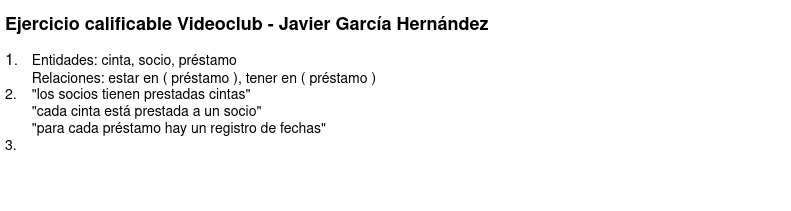
This is ejercicioevaluable1.png from javigh193/bae, a draw.io export, as it was before one commit. Source tidied: cells renumbered, new cells last; positions are measured from the earlier drawing's top-left corner, leaving out a move shared by most shapes.
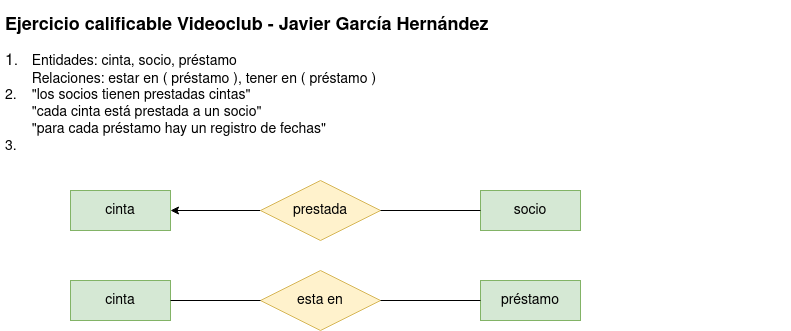
Later version of the same file.

Diff of the diagram source:
```diff
@@ -3,7 +3,37 @@
     <mxCell id="0" />
     <mxCell id="1" parent="0" />
     <mxCell id="2" value="&lt;h2 id=&quot;yui_3_17_2_1_1665765307207_40&quot;&gt;Ejercicio calificable Videoclub - Javier García Hernández&lt;/h2&gt;&lt;div&gt;&lt;font style=&quot;font-size: 14px;&quot;&gt;&lt;font size=&quot;3&quot;&gt;1&lt;/font&gt;.&amp;nbsp;&lt;span style=&quot;white-space: pre;&quot;&gt;&#9;&lt;/span&gt;Entidades: cinta, socio, préstamo&lt;/font&gt;&lt;/div&gt;&lt;div&gt;&lt;font style=&quot;font-size: 14px;&quot;&gt;&amp;nbsp;&amp;nbsp;&amp;nbsp;&amp;nbsp; &lt;span style=&quot;white-space: pre;&quot;&gt;&#9;&lt;/span&gt;Relaciones: estar en ( préstamo ), tener en ( préstamo )&lt;/font&gt;&lt;/div&gt;&lt;div&gt;&lt;font style=&quot;font-size: 14px;&quot;&gt;2. &lt;span style=&quot;white-space: pre;&quot;&gt;&#9;&lt;/span&gt;&quot;los socios tienen prestadas cintas&quot;&lt;/font&gt;&lt;/div&gt;&lt;div&gt;&lt;font style=&quot;font-size: 14px;&quot;&gt;&amp;nbsp;&amp;nbsp;&amp;nbsp; &lt;span style=&quot;white-space: pre;&quot;&gt;&#9;&lt;/span&gt;&quot;cada cinta está prestada a un socio&quot;&lt;/font&gt;&lt;/div&gt;&lt;div&gt;&lt;font style=&quot;font-size: 14px;&quot;&gt;&lt;span style=&quot;white-space: pre;&quot;&gt;&#9;&lt;/span&gt;&quot;para cada préstamo hay un registro de fechas&quot;&lt;/font&gt;&lt;/div&gt;&lt;div&gt;&lt;font style=&quot;font-size: 14px;&quot;&gt;3.&lt;br&gt;&lt;/font&gt;&lt;/div&gt;&lt;div&gt;&lt;font style=&quot;font-size: 14px;&quot;&gt;&lt;span style=&quot;white-space: pre;&quot;&gt;&#9;&lt;/span&gt;&lt;br&gt;&lt;/font&gt;&lt;/div&gt;&lt;div&gt;&lt;font style=&quot;font-size: 14px;&quot;&gt;&lt;br&gt;&lt;/font&gt;&lt;/div&gt;&lt;h1&gt;&lt;/h1&gt;&lt;p&gt;&lt;br&gt;&lt;/p&gt;" style="text;html=1;strokeColor=none;fillColor=none;spacing=5;spacingTop=-20;whiteSpace=wrap;overflow=hidden;rounded=0;" parent="1" vertex="1">
-      <mxGeometry width="790" height="200" as="geometry" />
+      <mxGeometry width="790" height="160" as="geometry" />
     </mxCell>
+    <mxCell id="3" value="cinta" style="whiteSpace=wrap;html=1;align=center;fontSize=14;fillColor=#d5e8d4;strokeColor=#82b366;" parent="1" vertex="1">
+      <mxGeometry x="70" y="180" width="100" height="40" as="geometry" />
+    </mxCell>
+    <mxCell id="4" value="socio" style="whiteSpace=wrap;html=1;align=center;fontSize=14;fillColor=#d5e8d4;strokeColor=#82b366;" parent="1" vertex="1">
+      <mxGeometry x="480" y="180" width="100" height="40" as="geometry" />
+    </mxCell>
+    <mxCell id="5" style="edgeStyle=orthogonalEdgeStyle;rounded=0;jettySize=auto;html=1;entryX=1;entryY=0.5;entryDx=0;entryDy=0;fontSize=14;" parent="1" edge="1" source="6" target="3">
+      <mxGeometry relative="1" as="geometry" />
+    </mxCell>
+    <mxCell id="6" value="prestada" style="shape=rhombus;perimeter=rhombusPerimeter;whiteSpace=wrap;html=1;align=center;fontSize=14;fillColor=#fff2cc;strokeColor=#d6b656;" parent="1" vertex="1">
+      <mxGeometry x="260" y="170" width="120" height="60" as="geometry" />
+    </mxCell>
+    <mxCell id="7" style="endArrow=none;html=1;rounded=0;fontSize=14;exitX=1;exitY=0.5;exitDx=0;exitDy=0;entryX=0;entryY=0.5;entryDx=0;entryDy=0;" parent="1" edge="1" source="6" target="4">
+      <mxGeometry relative="1" as="geometry" />
+    </mxCell>
+    <mxCell id="8" value="cinta" style="whiteSpace=wrap;html=1;align=center;fontSize=14;fillColor=#d5e8d4;strokeColor=#82b366;" parent="1" vertex="1">
+      <mxGeometry x="70" y="270" width="100" height="40" as="geometry" />
+    </mxCell>
+    <mxCell id="9" value="préstamo" style="whiteSpace=wrap;html=1;align=center;fontSize=14;fillColor=#d5e8d4;strokeColor=#82b366;" parent="1" vertex="1">
+      <mxGeometry x="480" y="270" width="100" height="40" as="geometry" />
+    </mxCell>
+    <mxCell id="10" value="esta en" style="shape=rhombus;perimeter=rhombusPerimeter;whiteSpace=wrap;html=1;align=center;fontSize=14;fillColor=#fff2cc;strokeColor=#d6b656;" parent="1" vertex="1">
+      <mxGeometry x="260" y="260" width="120" height="60" as="geometry" />
+    </mxCell>
+    <mxCell id="11" style="endArrow=none;html=1;rounded=0;fontSize=14;exitX=1;exitY=0.5;exitDx=0;exitDy=0;entryX=0;entryY=0.5;entryDx=0;entryDy=0;" parent="1" edge="1" source="10" target="9">
+      <mxGeometry relative="1" as="geometry" />
+    </mxCell>
+    <mxCell id="12" style="endArrow=none;html=1;rounded=0;fontSize=14;exitX=1;exitY=0.5;exitDx=0;exitDy=0;entryX=0;entryY=0.5;entryDx=0;entryDy=0;" parent="1" edge="1" source="8" target="10">
+      <mxGeometry relative="1" as="geometry" />
+    </mxCell>
   </root>
 </mxGraphModel>
```
